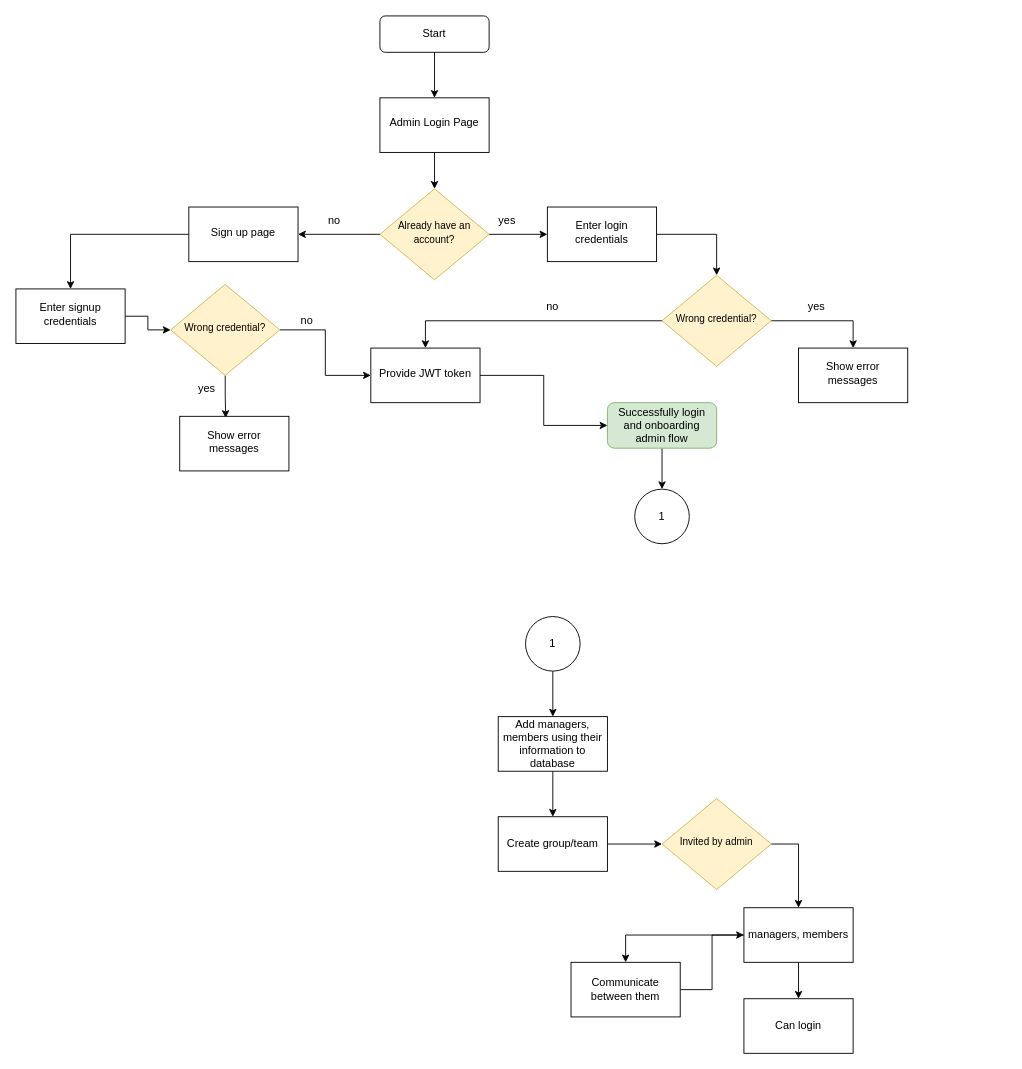
This is Untitled Diagram.drawio from Riaz9588/Bit-Softs, a draw.io file, before an edit. Source tidied: cells renumbered, new cells numbered last; positions are measured from the earlier drawing's top-left corner, leaving out a move shared by most shapes. Both pictures are drawn from the tidied source at 91%, with x=0, y=0 at pixel (15, 15).
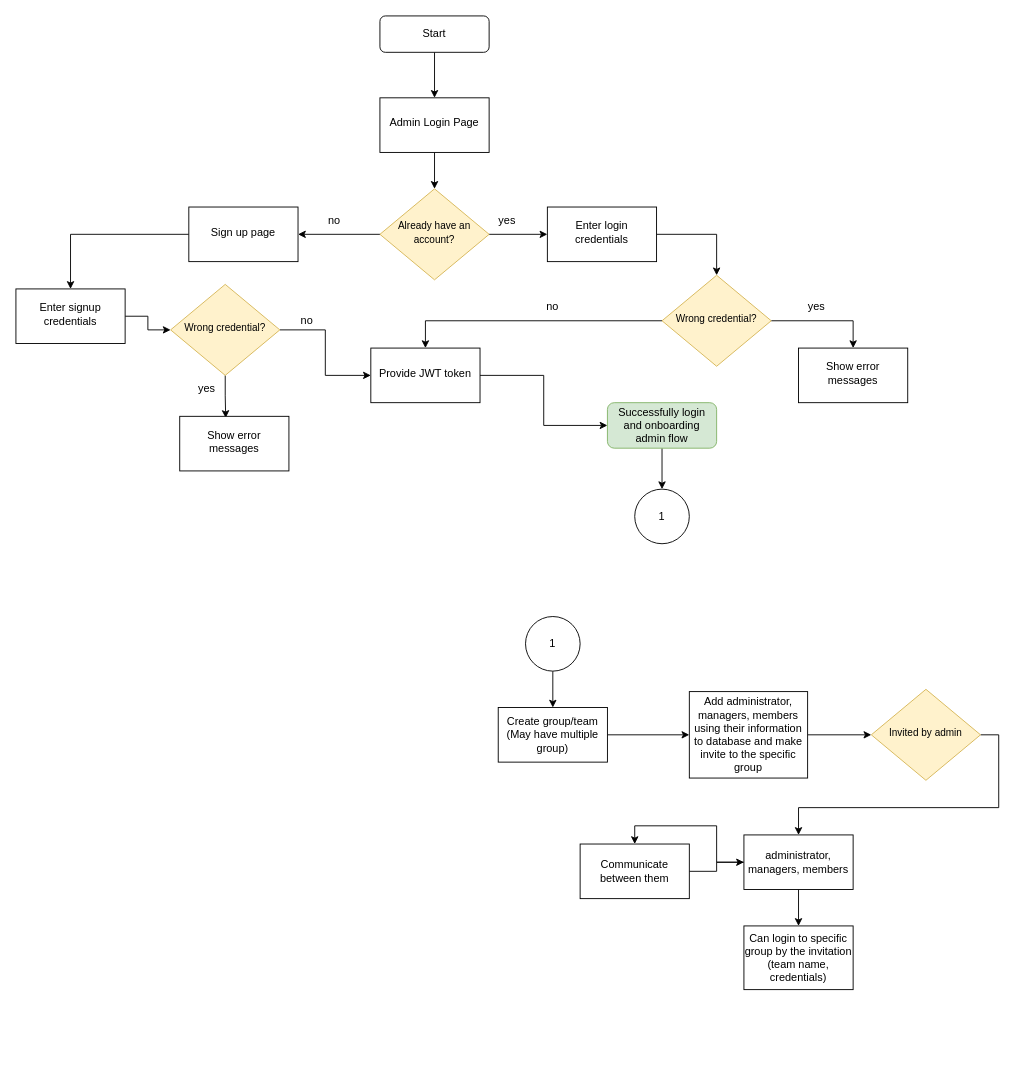
The same diagram, later.

Unchanged cells that the change refers to:
```xml
<mxCell id="35" value="1" style="ellipse;whiteSpace=wrap;html=1;" parent="1" vertex="1">
  <mxGeometry x="560" y="660" width="60" height="60" as="geometry" />
</mxCell>
```

Change to the diagram source:
```diff
@@
-    <mxCell id="34" style="edgeStyle=orthogonalEdgeStyle;rounded=0;jettySize=auto;html=1;" parent="1" edge="1" source="35" target="37">
-      <mxGeometry relative="1" as="geometry" />
-    </mxCell>
+    <mxCell id="48" style="edgeStyle=orthogonalEdgeStyle;rounded=0;jettySize=auto;html=1;entryX=0.5;entryY=0;entryDx=0;entryDy=0;" parent="1" edge="1" source="35" target="41">
+      <mxGeometry relative="1" as="geometry" />
+    </mxCell>
@@
-    <mxCell id="36" style="edgeStyle=orthogonalEdgeStyle;rounded=0;jettySize=auto;html=1;" parent="1" edge="1" source="37" target="41">
-      <mxGeometry relative="1" as="geometry" />
-    </mxCell>
-    <mxCell id="37" value="Add managers, members using their information to database" style="whiteSpace=wrap;html=1;" parent="1" vertex="1">
-      <mxGeometry x="530" y="770" width="120" height="60" as="geometry" />
-    </mxCell>
@@
     <mxCell id="39" value="&lt;span style=&quot;font-size: 11px;&quot;&gt;Invited by admin&lt;/span&gt;" style="rhombus;whiteSpace=wrap;html=1;shadow=0;fontFamily=Helvetica;fontSize=12;align=center;strokeWidth=1;spacing=6;spacingTop=-4;fillColor=#fff2cc;strokeColor=#d6b656;" parent="1" vertex="1">
-      <mxGeometry x="710" y="860" width="120" height="100" as="geometry" />
+      <mxGeometry x="940" y="740" width="120" height="100" as="geometry" />
     </mxCell>
-    <mxCell id="40" style="edgeStyle=orthogonalEdgeStyle;rounded=0;jettySize=auto;html=1;entryX=0;entryY=0.5;entryDx=0;entryDy=0;" parent="1" edge="1" source="41" target="39">
-      <mxGeometry relative="1" as="geometry" />
-    </mxCell>
+    <mxCell id="49" style="edgeStyle=orthogonalEdgeStyle;rounded=0;jettySize=auto;html=1;entryX=0;entryY=0.5;entryDx=0;entryDy=0;" parent="1" edge="1" source="41" target="51">
+      <mxGeometry relative="1" as="geometry" />
+    </mxCell>
-    <mxCell id="41" value="Create group/team" style="whiteSpace=wrap;html=1;" parent="1" vertex="1">
-      <mxGeometry x="530" y="880" width="120" height="60" as="geometry" />
+    <mxCell id="41" value="Create group/team (May have multiple group)" style="whiteSpace=wrap;html=1;" parent="1" vertex="1">
+      <mxGeometry x="530" y="760" width="120" height="60" as="geometry" />
     </mxCell>
@@
-    <mxCell id="44" value="managers, members" style="whiteSpace=wrap;html=1;" parent="1" vertex="1">
-      <mxGeometry x="800" y="980" width="120" height="60" as="geometry" />
+    <mxCell id="44" value="administrator, managers, members" style="whiteSpace=wrap;html=1;" parent="1" vertex="1">
+      <mxGeometry x="800" y="900" width="120" height="60" as="geometry" />
     </mxCell>
-    <mxCell id="45" value="Can login" style="whiteSpace=wrap;html=1;" parent="1" vertex="1">
-      <mxGeometry x="800" y="1080" width="120" height="60" as="geometry" />
+    <mxCell id="45" value="Can login to specific group by the invitation (team name, credentials)" style="whiteSpace=wrap;html=1;" parent="1" vertex="1">
+      <mxGeometry x="800" y="1000" width="120" height="70" as="geometry" />
     </mxCell>
@@
     <mxCell id="47" value="Communicate between them" style="whiteSpace=wrap;html=1;" parent="1" vertex="1">
-      <mxGeometry x="610" y="1040" width="120" height="60" as="geometry" />
+      <mxGeometry x="620" y="910" width="120" height="60" as="geometry" />
     </mxCell>
+    <mxCell id="50" style="edgeStyle=orthogonalEdgeStyle;rounded=0;jettySize=auto;html=1;entryX=0;entryY=0.5;entryDx=0;entryDy=0;" parent="1" edge="1" source="51" target="39">
+      <mxGeometry relative="1" as="geometry" />
+    </mxCell>
+    <mxCell id="51" value="Add administrator, managers, members using their information to database and make invite to the specific group" style="whiteSpace=wrap;html=1;" parent="1" vertex="1">
+      <mxGeometry x="740" y="742.5" width="130" height="95" as="geometry" />
+    </mxCell>
```
